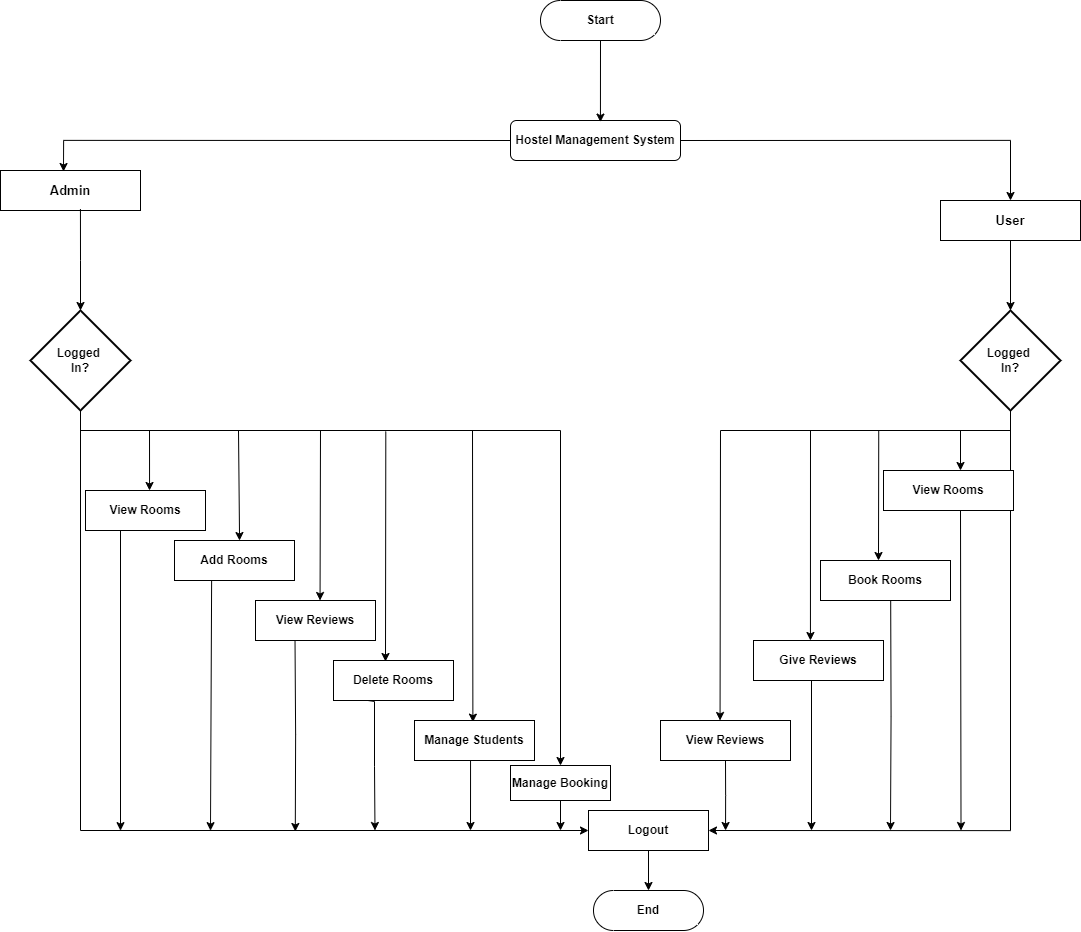
Before: Diagrams/Flowchart.png, a diagram exported from draw.io (ItsSagar-git/Hostel-Management-System-Laravel). Source tidied: cells renumbered, new cells last; positions are measured from the earlier drawing's top-left corner, leaving out a move shared by most shapes.
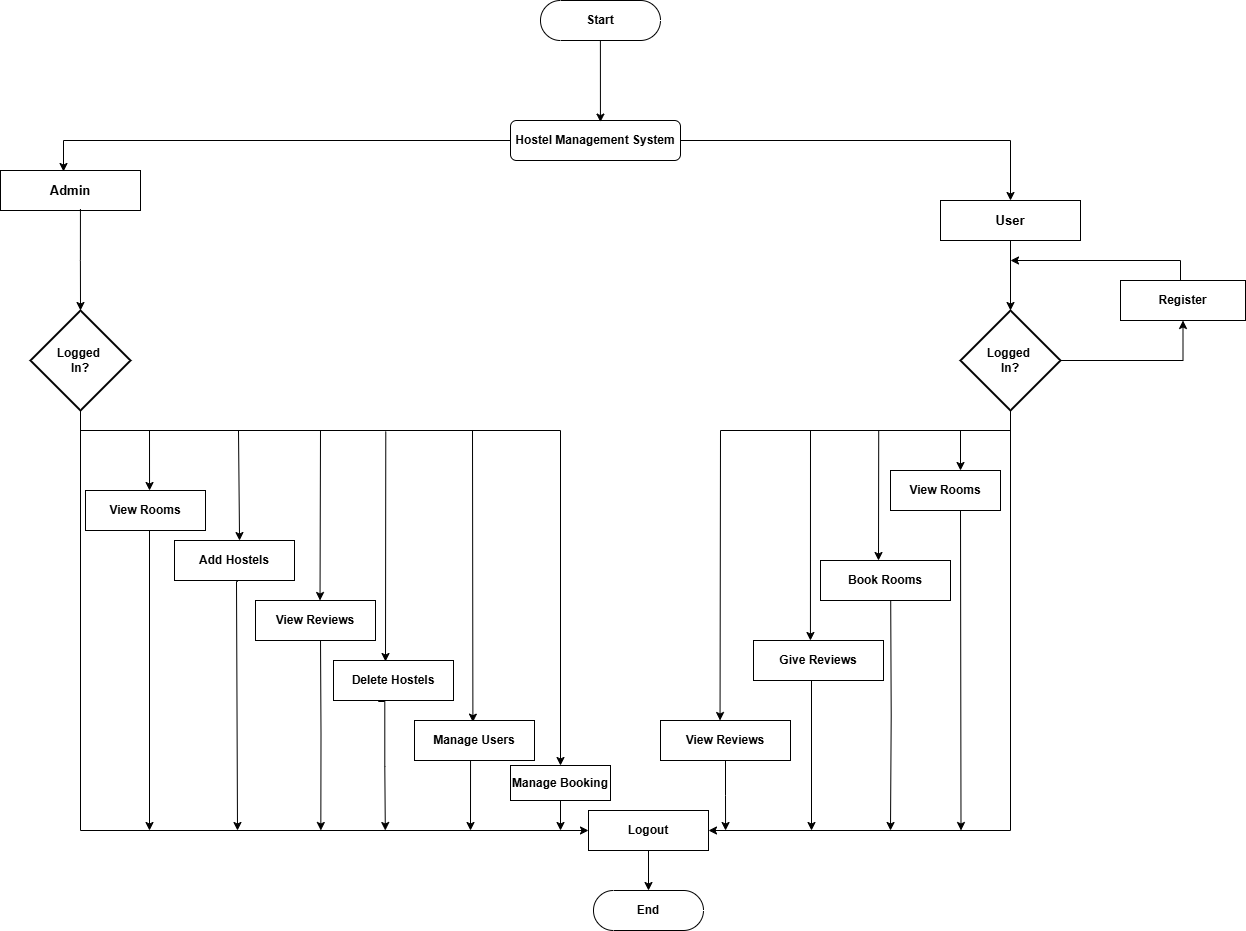
Above is the later version.

Change to the diagram source:
```diff
@@ -24,6 +24,9 @@
         </Array>
       </mxGeometry>
     </mxCell>
+    <mxCell id="49" style="edgeStyle=orthogonalEdgeStyle;rounded=0;jettySize=auto;html=1;exitX=1;exitY=0.5;exitDx=0;exitDy=0;exitPerimeter=0;entryX=0.5;entryY=1;entryDx=0;entryDy=0;" parent="1" edge="1" source="8" target="50">
+      <mxGeometry relative="1" as="geometry" />
+    </mxCell>
     <mxCell id="8" value="&lt;b&gt;Logged&amp;nbsp;&lt;/b&gt;&lt;div&gt;&lt;b&gt;In?&lt;/b&gt;&lt;/div&gt;" style="strokeWidth=2;html=1;shape=mxgraph.flowchart.decision;whiteSpace=wrap;" parent="1" vertex="1">
       <mxGeometry x="960" y="310" width="100" height="100" as="geometry" />
     </mxCell>
@@ -58,16 +61,16 @@
         </Array>
       </mxGeometry>
     </mxCell>
-    <mxCell id="16" value="&lt;b&gt;Manage Students&lt;/b&gt;" style="rounded=0;whiteSpace=wrap;html=1;" parent="1" vertex="1">
+    <mxCell id="16" value="&lt;b&gt;Manage Users&lt;/b&gt;" style="rounded=0;whiteSpace=wrap;html=1;" parent="1" vertex="1">
       <mxGeometry x="414" y="720" width="120" height="40" as="geometry" />
     </mxCell>
     <mxCell id="17" style="edgeStyle=orthogonalEdgeStyle;rounded=0;orthogonalLoop=1;jettySize=auto;html=1;exitX=0.5;exitY=1;exitDx=0;exitDy=0;" parent="1" edge="1">
       <mxGeometry relative="1" as="geometry">
-        <mxPoint x="110" y="520" as="sourcePoint" />
-        <mxPoint x="120" y="830" as="targetPoint" />
+        <mxPoint x="139" y="520" as="sourcePoint" />
+        <mxPoint x="149" y="830" as="targetPoint" />
         <Array as="points">
-          <mxPoint x="120" y="520" />
-          <mxPoint x="120" y="830" />
+          <mxPoint x="149" y="520" />
+          <mxPoint x="149" y="830" />
         </Array>
       </mxGeometry>
     </mxCell>
@@ -76,23 +79,23 @@
     </mxCell>
     <mxCell id="19" style="edgeStyle=orthogonalEdgeStyle;rounded=0;orthogonalLoop=1;jettySize=auto;html=1;" parent="1" edge="1">
       <mxGeometry relative="1" as="geometry">
-        <mxPoint x="205" y="580" as="sourcePoint" />
-        <mxPoint x="211" y="830" as="targetPoint" />
+        <mxPoint x="231" y="580" as="sourcePoint" />
+        <mxPoint x="237" y="830" as="targetPoint" />
         <Array as="points">
-          <mxPoint x="211" y="580" />
-          <mxPoint x="211" y="581" />
-          <mxPoint x="210" y="581" />
-          <mxPoint x="210" y="830" />
+          <mxPoint x="237" y="580" />
+          <mxPoint x="237" y="581" />
+          <mxPoint x="236" y="581" />
+          <mxPoint x="236" y="830" />
         </Array>
       </mxGeometry>
     </mxCell>
-    <mxCell id="20" value="&lt;b&gt;Add Rooms&lt;/b&gt;" style="rounded=0;whiteSpace=wrap;html=1;" parent="1" vertex="1">
+    <mxCell id="20" value="&lt;b&gt;Add Hostels&lt;/b&gt;" style="rounded=0;whiteSpace=wrap;html=1;" parent="1" vertex="1">
       <mxGeometry x="174" y="540" width="120" height="40" as="geometry" />
     </mxCell>
     <mxCell id="21" style="edgeStyle=orthogonalEdgeStyle;rounded=0;orthogonalLoop=1;jettySize=auto;html=1;exitX=0.329;exitY=1.025;exitDx=0;exitDy=0;exitPerimeter=0;" parent="1" edge="1">
       <mxGeometry relative="1" as="geometry">
-        <mxPoint x="294.5" y="637" as="sourcePoint" />
-        <mxPoint x="294.8" y="831" as="targetPoint" />
+        <mxPoint x="320" y="636" as="sourcePoint" />
+        <mxPoint x="320.3" y="830" as="targetPoint" />
       </mxGeometry>
     </mxCell>
     <mxCell id="22" value="&lt;b&gt;View Reviews&lt;/b&gt;" style="rounded=0;whiteSpace=wrap;html=1;" parent="1" vertex="1">
@@ -100,16 +103,16 @@
     </mxCell>
     <mxCell id="23" style="edgeStyle=orthogonalEdgeStyle;rounded=0;orthogonalLoop=1;jettySize=auto;html=1;exitX=0.5;exitY=1;exitDx=0;exitDy=0;" parent="1" edge="1">
       <mxGeometry relative="1" as="geometry">
-        <mxPoint x="367.7" y="700" as="sourcePoint" />
-        <mxPoint x="374.5" y="830" as="targetPoint" />
+        <mxPoint x="378" y="700" as="sourcePoint" />
+        <mxPoint x="384.8" y="830" as="targetPoint" />
         <Array as="points">
-          <mxPoint x="368" y="701" />
-          <mxPoint x="374" y="701" />
-          <mxPoint x="374" y="766" />
+          <mxPoint x="378.3" y="701" />
+          <mxPoint x="384.3" y="701" />
+          <mxPoint x="384.3" y="766" />
         </Array>
       </mxGeometry>
     </mxCell>
-    <mxCell id="24" value="&lt;b&gt;Delete Rooms&lt;/b&gt;" style="rounded=0;whiteSpace=wrap;html=1;" parent="1" vertex="1">
+    <mxCell id="24" value="&lt;b&gt;Delete Hostels&lt;/b&gt;" style="rounded=0;whiteSpace=wrap;html=1;" parent="1" vertex="1">
       <mxGeometry x="333" y="660" width="120" height="40" as="geometry" />
     </mxCell>
     <mxCell id="25" style="endArrow=classic;html=1;rounded=0;entryX=0.417;entryY=0;entryDx=0;entryDy=0;entryPerimeter=0;" parent="1" edge="1">
@@ -158,7 +161,7 @@
       <mxGeometry x="660" y="720" width="130" height="40" as="geometry" />
     </mxCell>
     <mxCell id="33" value="&lt;b&gt;View Rooms&lt;/b&gt;" style="rounded=0;whiteSpace=wrap;html=1;" parent="1" vertex="1">
-      <mxGeometry x="883" y="470" width="130" height="40" as="geometry" />
+      <mxGeometry x="890" y="470" width="110" height="40" as="geometry" />
     </mxCell>
     <mxCell id="34" style="edgeStyle=orthogonalEdgeStyle;rounded=0;orthogonalLoop=1;jettySize=auto;html=1;exitX=0.75;exitY=1;exitDx=0;exitDy=0;" parent="1" edge="1">
       <mxGeometry relative="1" as="geometry">
@@ -234,5 +237,17 @@
     <mxCell id="48" value="&lt;b&gt;Manage Booking&lt;/b&gt;" style="rounded=0;whiteSpace=wrap;html=1;" parent="1" vertex="1">
       <mxGeometry x="510" y="765" width="100" height="35" as="geometry" />
     </mxCell>
+    <mxCell id="50" value="&lt;b&gt;Register&lt;/b&gt;" style="rounded=0;whiteSpace=wrap;html=1;" parent="1" vertex="1">
+      <mxGeometry x="1120" y="280" width="125" height="40" as="geometry" />
+    </mxCell>
+    <mxCell id="51" style="endArrow=classic;html=1;rounded=0;exitX=0.5;exitY=0;exitDx=0;exitDy=0;" parent="1" edge="1" source="50">
+      <mxGeometry relative="1" as="geometry">
+        <mxPoint x="1010" y="260" as="targetPoint" />
+        <Array as="points">
+          <mxPoint x="1180" y="280" />
+          <mxPoint x="1180" y="260" />
+        </Array>
+      </mxGeometry>
+    </mxCell>
   </root>
 </mxGraphModel>
```
